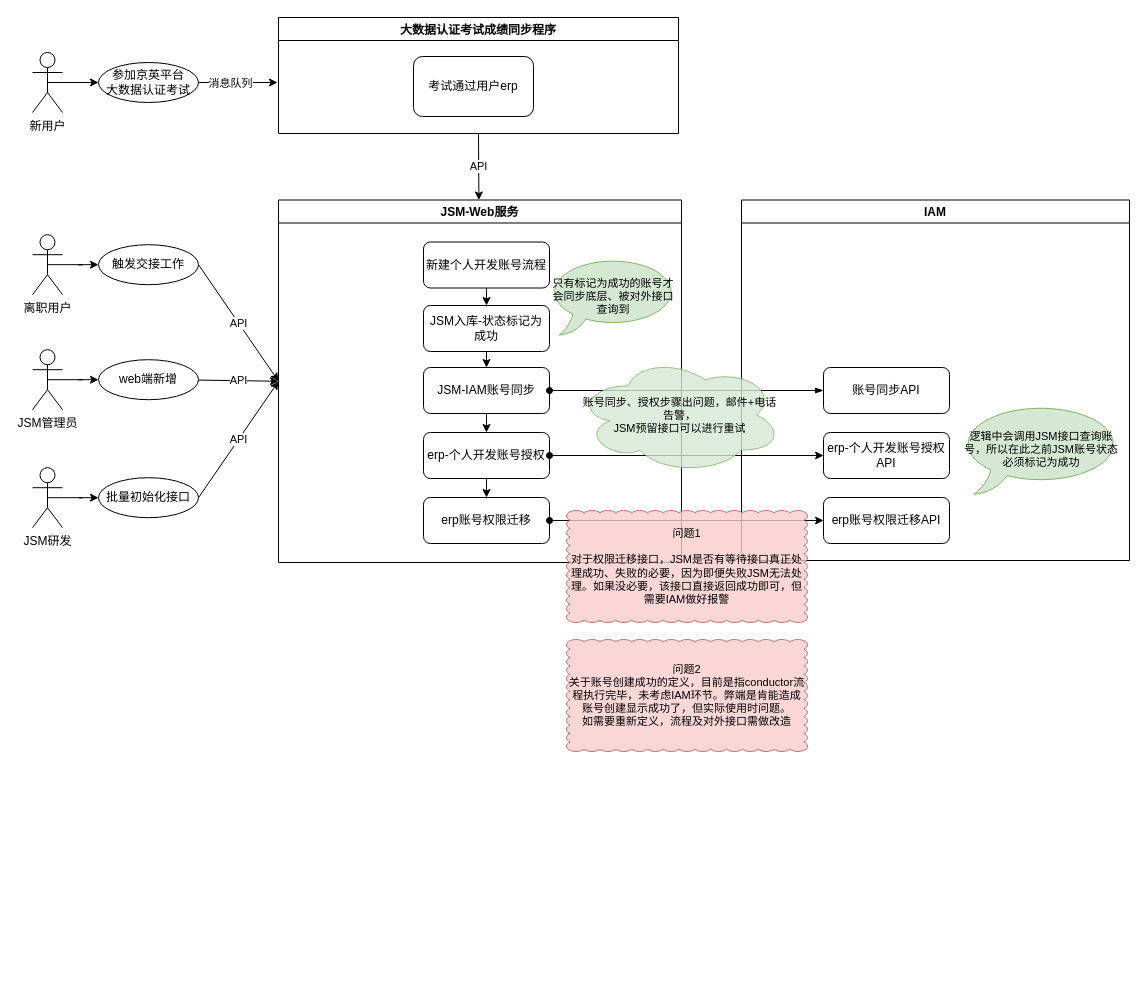
Above: Untitled Diagram.drawio in aliang9585/drawer (draw.io), before the change. Source tidied: cells renumbered, new cells numbered last; positions are measured from the earlier drawing's top-left corner, leaving out a move shared by most shapes. Both pictures are drawn from the tidied source at 100%, with x=0, y=0 at pixel (32, 17).
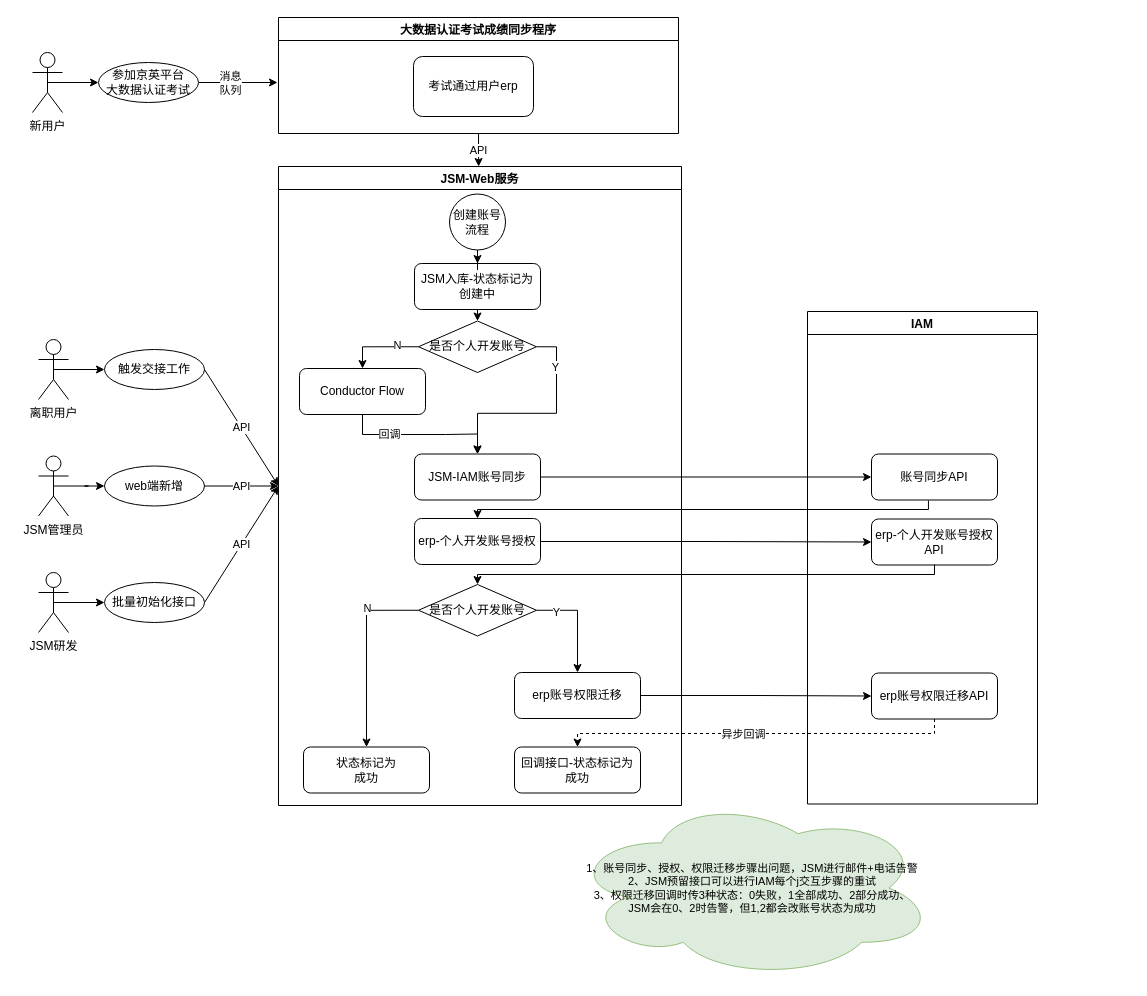
After the change.

Unchanged cells that the change refers to:
```xml
<mxCell id="26" style="edgeStyle=orthogonalEdgeStyle;rounded=0;jettySize=auto;html=1;exitX=1;exitY=0.5;exitDx=0;exitDy=0;" parent="1" edge="1" source="28">
  <mxGeometry relative="1" as="geometry">
    <mxPoint x="245" y="65" as="targetPoint" />
  </mxGeometry>
</mxCell>
```

What changed in the source:
```diff
@@
     <mxCell id="5" value="离职用户" style="shape=umlActor;verticalLabelPosition=bottom;verticalAlign=top;html=1;" parent="1" vertex="1">
-      <mxGeometry y="217.2" width="30" height="60" as="geometry" />
+      <mxGeometry x="6" y="322" width="30" height="60" as="geometry" />
     </mxCell>
@@
     <mxCell id="7" value="JSM管理员" style="shape=umlActor;verticalLabelPosition=bottom;verticalAlign=top;html=1;" parent="1" vertex="1">
-      <mxGeometry y="332.2" width="30" height="60" as="geometry" />
+      <mxGeometry x="6" y="438.5" width="30" height="60" as="geometry" />
     </mxCell>
@@
     <mxCell id="10" value="JSM-Web服务" style="swimlane;" parent="1" vertex="1">
-      <mxGeometry x="246" y="182.5" width="403" height="362.5" as="geometry" />
+      <mxGeometry x="246" y="149" width="403" height="639" as="geometry" />
     </mxCell>
-    <mxCell id="11" value="新建个人开发账号流程" style="rounded=1;whiteSpace=wrap;html=1;flipV=1;" parent="10" vertex="1">
-      <mxGeometry x="145" y="42" width="126" height="46" as="geometry" />
-    </mxCell>
-    <mxCell id="12" value="JSM入库-状态标记为&lt;br&gt;成功" style="rounded=1;whiteSpace=wrap;html=1;flipV=1;" parent="10" vertex="1">
-      <mxGeometry x="145" y="105.5" width="126" height="46" as="geometry" />
+    <mxCell id="12" value="JSM入库-状态标记为&lt;br&gt;创建中" style="rounded=1;whiteSpace=wrap;html=1;flipV=1;" parent="10" vertex="1">
+      <mxGeometry x="136" y="97" width="126" height="46" as="geometry" />
     </mxCell>
     <mxCell id="13" value="JSM-IAM账号同步" style="rounded=1;whiteSpace=wrap;html=1;flipV=1;" parent="10" vertex="1">
-      <mxGeometry x="145" y="167.5" width="126" height="46" as="geometry" />
+      <mxGeometry x="136" y="287.5" width="126" height="46" as="geometry" />
     </mxCell>
     <mxCell id="14" value="erp-个人开发账号授权" style="rounded=1;whiteSpace=wrap;html=1;flipV=1;" parent="10" vertex="1">
-      <mxGeometry x="145" y="232.5" width="126" height="46" as="geometry" />
+      <mxGeometry x="136" y="352" width="126" height="46" as="geometry" />
     </mxCell>
     <mxCell id="15" value="erp账号权限迁移" style="rounded=1;whiteSpace=wrap;html=1;flipV=1;" parent="10" vertex="1">
-      <mxGeometry x="145" y="297.5" width="126" height="46" as="geometry" />
+      <mxGeometry x="236" y="506" width="126" height="46" as="geometry" />
     </mxCell>
-    <mxCell id="16" value="&lt;font style=&quot;font-size: 11px&quot;&gt;只有标记为成功的账号才会同步底层、被对外接口查询到&lt;/font&gt;" style="whiteSpace=wrap;html=1;shape=mxgraph.basic.oval_callout;fontSize=8;fontStyle=0;fillColor=#d5e8d4;strokeColor=#82b366;" parent="10" vertex="1">
-      <mxGeometry x="270" y="57.5" width="130" height="77.5" as="geometry" />
-    </mxCell>
-    <mxCell id="17" style="endArrow=classic;html=1;rounded=0;fontSize=11;fontColor=#FF3333;exitX=0.5;exitY=1;exitDx=0;exitDy=0;" parent="10" edge="1" source="11" target="12">
-      <mxGeometry relative="1" as="geometry" />
-    </mxCell>
-    <mxCell id="18" style="endArrow=classic;html=1;rounded=0;fontSize=11;fontColor=#FF3333;exitX=0.5;exitY=1;exitDx=0;exitDy=0;entryX=0.5;entryY=0;entryDx=0;entryDy=0;" parent="10" edge="1" source="12" target="13">
+    <mxCell id="18" style="endArrow=classic;html=1;rounded=0;fontSize=11;fontColor=#FF3333;exitX=0.5;exitY=1;exitDx=0;exitDy=0;" parent="10" edge="1" source="12" target="51">
       <mxGeometry relative="1" as="geometry" />
     </mxCell>
-    <mxCell id="19" style="endArrow=classic;html=1;rounded=0;fontSize=11;fontColor=#FF3333;exitX=0.5;exitY=1;exitDx=0;exitDy=0;entryX=0.5;entryY=0;entryDx=0;entryDy=0;" parent="10" edge="1" source="13" target="14">
-      <mxGeometry relative="1" as="geometry" />
-    </mxCell>
-    <mxCell id="20" style="endArrow=classic;html=1;rounded=0;fontSize=11;fontColor=#FF3333;exitX=0.5;exitY=1;exitDx=0;exitDy=0;entryX=0.5;entryY=0;entryDx=0;entryDy=0;" parent="10" edge="1" source="14" target="15">
-      <mxGeometry relative="1" as="geometry" />
-    </mxCell>
+    <mxCell id="44" value="回调接口-状态标记为&lt;br&gt;成功" style="rounded=1;whiteSpace=wrap;html=1;flipV=1;" parent="10" vertex="1">
+      <mxGeometry x="236" y="580.5" width="126" height="46" as="geometry" />
+    </mxCell>
+    <mxCell id="45" style="edgeStyle=orthogonalEdgeStyle;rounded=0;jettySize=auto;html=1;exitX=0.5;exitY=1;exitDx=0;exitDy=0;" parent="10" edge="1" source="46" target="12">
+      <mxGeometry relative="1" as="geometry" />
+    </mxCell>
+    <mxCell id="46" value="创建账号流程" style="ellipse;whiteSpace=wrap;html=1;" parent="10" vertex="1">
+      <mxGeometry x="171" y="27.5" width="56" height="56" as="geometry" />
+    </mxCell>
+    <mxCell id="47" style="edgeStyle=orthogonalEdgeStyle;rounded=0;jettySize=auto;html=1;exitX=1;exitY=0.5;exitDx=0;exitDy=0;entryX=0.5;entryY=0;entryDx=0;entryDy=0;" parent="10" edge="1" source="51" target="13">
+      <mxGeometry relative="1" as="geometry" />
+    </mxCell>
+    <mxCell id="48" value="Y" style="edgeLabel;html=1;align=center;verticalAlign=middle;" parent="47" vertex="1">
+      <mxGeometry x="-0.61" y="-2" relative="1" as="geometry" />
+    </mxCell>
+    <mxCell id="49" style="edgeStyle=orthogonalEdgeStyle;rounded=0;jettySize=auto;html=1;exitX=0;exitY=0.5;exitDx=0;exitDy=0;entryX=0.5;entryY=0;entryDx=0;entryDy=0;" parent="10" edge="1" source="51" target="54">
+      <mxGeometry relative="1" as="geometry" />
+    </mxCell>
+    <mxCell id="50" value="N" style="edgeLabel;html=1;align=center;verticalAlign=middle;" parent="49" vertex="1">
+      <mxGeometry x="-0.46" y="-2" relative="1" as="geometry" />
+    </mxCell>
+    <mxCell id="51" value="是否个人开发账号" style="rhombus;whiteSpace=wrap;html=1;" parent="10" vertex="1">
+      <mxGeometry x="140" y="154.5" width="118" height="51.5" as="geometry" />
+    </mxCell>
+    <mxCell id="52" style="edgeStyle=orthogonalEdgeStyle;rounded=0;jettySize=auto;html=1;exitX=0.5;exitY=1;exitDx=0;exitDy=0;entryX=0.5;entryY=0;entryDx=0;entryDy=0;" parent="10" edge="1" source="54" target="13">
+      <mxGeometry relative="1" as="geometry" />
+    </mxCell>
+    <mxCell id="53" value="回调" style="edgeLabel;html=1;align=center;verticalAlign=middle;" parent="52" vertex="1">
+      <mxGeometry x="-0.41" y="1" relative="1" as="geometry" />
+    </mxCell>
+    <mxCell id="54" value="Conductor Flow" style="rounded=1;whiteSpace=wrap;html=1;flipV=1;" parent="10" vertex="1">
+      <mxGeometry x="21" y="202" width="126" height="46" as="geometry" />
+    </mxCell>
+    <mxCell id="55" value="是否个人开发账号" style="rhombus;whiteSpace=wrap;html=1;" parent="10" vertex="1">
+      <mxGeometry x="140" y="418" width="118" height="51.5" as="geometry" />
+    </mxCell>
+    <mxCell id="56" style="edgeStyle=orthogonalEdgeStyle;rounded=0;jettySize=auto;html=1;exitX=1;exitY=0.5;exitDx=0;exitDy=0;entryX=0.5;entryY=0;entryDx=0;entryDy=0;" parent="10" edge="1" source="55" target="15">
+      <mxGeometry relative="1" as="geometry" />
+    </mxCell>
+    <mxCell id="57" value="Y" style="edgeLabel;html=1;align=center;verticalAlign=middle;" parent="56" vertex="1">
+      <mxGeometry x="-0.61" y="-2" relative="1" as="geometry" />
+    </mxCell>
+    <mxCell id="58" value="状态标记为&lt;br&gt;成功" style="rounded=1;whiteSpace=wrap;html=1;flipV=1;" parent="10" vertex="1">
+      <mxGeometry x="25" y="580.5" width="126" height="46" as="geometry" />
+    </mxCell>
+    <mxCell id="59" style="edgeStyle=orthogonalEdgeStyle;rounded=0;jettySize=auto;html=1;exitX=0;exitY=0.5;exitDx=0;exitDy=0;entryX=0.5;entryY=0;entryDx=0;entryDy=0;" parent="10" edge="1" source="55" target="58">
+      <mxGeometry relative="1" as="geometry" />
+    </mxCell>
+    <mxCell id="60" value="N" style="edgeLabel;html=1;align=center;verticalAlign=middle;" parent="59" vertex="1">
+      <mxGeometry x="-0.46" y="-2" relative="1" as="geometry" />
+    </mxCell>
     <mxCell id="21" value="IAM" style="swimlane;" parent="1" vertex="1">
-      <mxGeometry x="709" y="182.5" width="388" height="360.5" as="geometry" />
+      <mxGeometry x="775" y="294" width="230" height="492.5" as="geometry" />
     </mxCell>
     <mxCell id="22" value="账号同步API" style="rounded=1;whiteSpace=wrap;html=1;" parent="21" vertex="1">
-      <mxGeometry x="82" y="167.5" width="126" height="46" as="geometry" />
+      <mxGeometry x="64" y="142.5" width="126" height="46" as="geometry" />
     </mxCell>
     <mxCell id="23" value="erp-个人开发账号授权API" style="rounded=1;whiteSpace=wrap;html=1;" parent="21" vertex="1">
-      <mxGeometry x="82" y="232.5" width="126" height="46" as="geometry" />
+      <mxGeometry x="64" y="207.5" width="126" height="46" as="geometry" />
     </mxCell>
     <mxCell id="24" value="erp账号权限迁移API" style="rounded=1;whiteSpace=wrap;html=1;" parent="21" vertex="1">
-      <mxGeometry x="82" y="297.5" width="126" height="46" as="geometry" />
+      <mxGeometry x="64" y="361.5" width="126" height="46" as="geometry" />
     </mxCell>
-    <mxCell id="25" value="&lt;font style=&quot;font-size: 11px&quot;&gt;逻辑中会调用JSM接口查询账号，所以在此之前JSM账号状态必须标记为成功&lt;/font&gt;" style="whiteSpace=wrap;html=1;shape=mxgraph.basic.oval_callout;fontSize=8;fontStyle=0;fillColor=#d5e8d4;strokeColor=#82b366;" parent="21" vertex="1">
-      <mxGeometry x="219" y="204" width="162" height="90.2" as="geometry" />
-    </mxCell>
@@
-    <mxCell id="27" value="消息队列" style="edgeLabel;html=1;align=center;verticalAlign=middle;" parent="26" vertex="1">
+    <mxCell id="27" value="消息&lt;br&gt;队列" style="edgeLabel;html=1;align=center;verticalAlign=middle;" parent="26" vertex="1">
       <mxGeometry x="-0.22" relative="1" as="geometry" />
     </mxCell>
@@
     <mxCell id="29" value="触发交接工作" style="ellipse;whiteSpace=wrap;html=1;align=center;" parent="1" vertex="1">
-      <mxGeometry x="66" y="227.2" width="100" height="40" as="geometry" />
+      <mxGeometry x="72" y="332" width="100" height="40" as="geometry" />
     </mxCell>
     <mxCell id="30" value="web端新增" style="ellipse;whiteSpace=wrap;html=1;align=center;" parent="1" vertex="1">
-      <mxGeometry x="66" y="342.2" width="100" height="40" as="geometry" />
+      <mxGeometry x="72" y="448.5" width="100" height="40" as="geometry" />
     </mxCell>
@@
     <mxCell id="32" value="JSM研发" style="shape=umlActor;verticalLabelPosition=bottom;verticalAlign=top;html=1;" parent="1" vertex="1">
-      <mxGeometry y="450.2" width="30" height="60" as="geometry" />
+      <mxGeometry x="6" y="555" width="30" height="60" as="geometry" />
     </mxCell>
     <mxCell id="33" value="批量初始化接口" style="ellipse;whiteSpace=wrap;html=1;align=center;" parent="1" vertex="1">
-      <mxGeometry x="66" y="460.2" width="100" height="40" as="geometry" />
+      <mxGeometry x="72" y="565" width="100" height="40" as="geometry" />
     </mxCell>
@@
+    <mxCell id="41" value="1、账号同步、授权、权限迁移步骤出问题，JSM进行邮件+电话告警&lt;br&gt;2、JSM预留接口可以进行IAM每个j交互步骤的重试&lt;br&gt;3、权限迁移回调时传3种状态：0失败，1全部成功、2部分成功、&lt;br&gt;JSM会在0、2时告警，但1,2都会改账号状态为成功" style="ellipse;shape=cloud;whiteSpace=wrap;html=1;fontSize=11;fillColor=#d5e8d4;strokeColor=#82b366;opacity=80;" parent="1" vertex="1">
+      <mxGeometry x="538" y="780" width="364" height="181" as="geometry" />
+    </mxCell>
+    <mxCell id="61" style="edgeStyle=elbowEdgeStyle;rounded=0;jettySize=auto;html=1;elbow=vertical;entryX=0.5;entryY=0;entryDx=0;entryDy=0;exitX=0.452;exitY=1.011;exitDx=0;exitDy=0;exitPerimeter=0;" parent="1" edge="1" source="22" target="14">
+      <mxGeometry relative="1" as="geometry" />
+    </mxCell>
-    <mxCell id="38" style="endArrow=blockThin;startArrow=oval;html=1;rounded=0;fontSize=11;fontColor=#FF3333;exitX=1;exitY=0.5;exitDx=0;exitDy=0;entryX=0;entryY=0.5;entryDx=0;entryDy=0;endFill=1;startFill=1;" parent="1" edge="1" source="13" target="22">
+    <mxCell id="38" style="edgeStyle=orthogonalEdgeStyle;rounded=0;jettySize=auto;html=1;exitX=1;exitY=0.5;exitDx=0;exitDy=0;entryX=0;entryY=0.5;entryDx=0;entryDy=0;" parent="1" edge="1" source="13" target="22">
       <mxGeometry relative="1" as="geometry" />
     </mxCell>
-    <mxCell id="39" style="endArrow=classic;startArrow=oval;html=1;rounded=0;fontSize=11;fontColor=#FF3333;exitX=1;exitY=0.5;exitDx=0;exitDy=0;entryX=0;entryY=0.5;entryDx=0;entryDy=0;startFill=1;" parent="1" edge="1" source="14" target="23">
+    <mxCell id="39" style="edgeStyle=orthogonalEdgeStyle;rounded=0;jettySize=auto;html=1;exitX=1;exitY=0.5;exitDx=0;exitDy=0;entryX=0;entryY=0.5;entryDx=0;entryDy=0;" parent="1" edge="1" source="14" target="23">
       <mxGeometry relative="1" as="geometry" />
     </mxCell>
+    <mxCell id="62" style="edgeStyle=elbowEdgeStyle;rounded=0;jettySize=auto;html=1;entryX=0.5;entryY=0;entryDx=0;entryDy=0;elbow=vertical;" parent="1" edge="1" target="55">
+      <mxGeometry relative="1" as="geometry">
+        <mxPoint x="902" y="547" as="sourcePoint" />
+      </mxGeometry>
+    </mxCell>
-    <mxCell id="40" style="endArrow=classic;startArrow=oval;html=1;rounded=0;fontSize=11;fontColor=#FF3333;exitX=1;exitY=0.5;exitDx=0;exitDy=0;entryX=0;entryY=0.5;entryDx=0;entryDy=0;startFill=1;" parent="1" edge="1" source="15" target="24">
+    <mxCell id="40" style="edgeStyle=orthogonalEdgeStyle;rounded=0;jettySize=auto;html=1;exitX=1;exitY=0.5;exitDx=0;exitDy=0;entryX=0;entryY=0.5;entryDx=0;entryDy=0;" parent="1" edge="1" source="15" target="24">
       <mxGeometry relative="1" as="geometry" />
     </mxCell>
-    <mxCell id="41" value="账号同步、授权步骤出问题，邮件+电话告警，&lt;br&gt;JSM预留接口可以进行重试" style="ellipse;shape=cloud;whiteSpace=wrap;html=1;fontSize=11;fillColor=#d5e8d4;strokeColor=#82b366;opacity=80;" parent="1" vertex="1">
-      <mxGeometry x="544.5" y="339" width="205" height="117" as="geometry" />
-    </mxCell>
-    <mxCell id="42" value="问题1&lt;br&gt;&lt;br&gt;对于权限迁移接口，JSM是否有等待接口真正处理成功、失败的必要，因为即便失败JSM无法处理。如果没必要，该接口直接返回成功即可，但需要IAM做好报警" style="whiteSpace=wrap;html=1;shape=mxgraph.basic.cloud_rect;fontSize=11;opacity=80;fillColor=#f8cecc;strokeColor=#b85450;" parent="1" vertex="1">
-      <mxGeometry x="534" y="493" width="241" height="112" as="geometry" />
-    </mxCell>
-    <mxCell id="43" value="问题2&lt;br&gt;关于账号创建成功的定义，目前是指conductor流程执行完毕，未考虑IAM环节。弊端是肯能造成账号创建显示成功了，但实际使用时问题。&lt;br&gt;如需要重新定义，流程及对外接口需做改造" style="whiteSpace=wrap;html=1;shape=mxgraph.basic.cloud_rect;fontSize=11;opacity=80;fillColor=#f8cecc;strokeColor=#b85450;" parent="1" vertex="1">
-      <mxGeometry x="534" y="622" width="241" height="112" as="geometry" />
-    </mxCell>
+    <mxCell id="63" style="edgeStyle=elbowEdgeStyle;rounded=0;jettySize=auto;html=1;exitX=0.5;exitY=1;exitDx=0;exitDy=0;entryX=0.5;entryY=0;entryDx=0;entryDy=0;elbow=vertical;dashed=1;" parent="1" edge="1" source="24" target="44">
+      <mxGeometry relative="1" as="geometry" />
+    </mxCell>
+    <mxCell id="64" value="异步回调" style="edgeLabel;html=1;align=center;verticalAlign=middle;" parent="63" vertex="1">
+      <mxGeometry x="0.07" relative="1" as="geometry" />
+    </mxCell>
```
